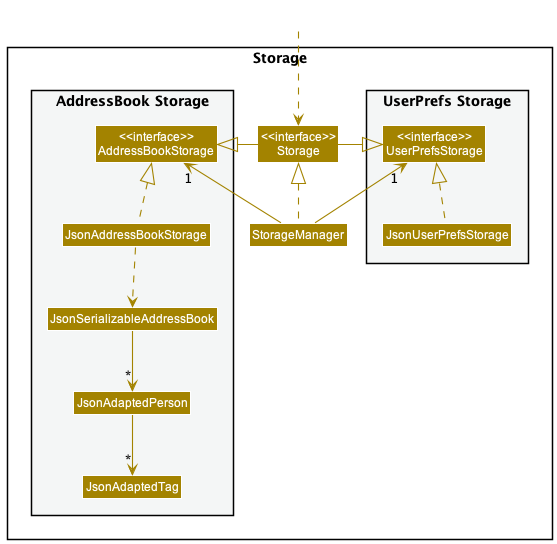
The PlantUML diagram docs/images/StorageClassDiagram.png in nus-cs2103-AY2223S2/tp, before a commit.
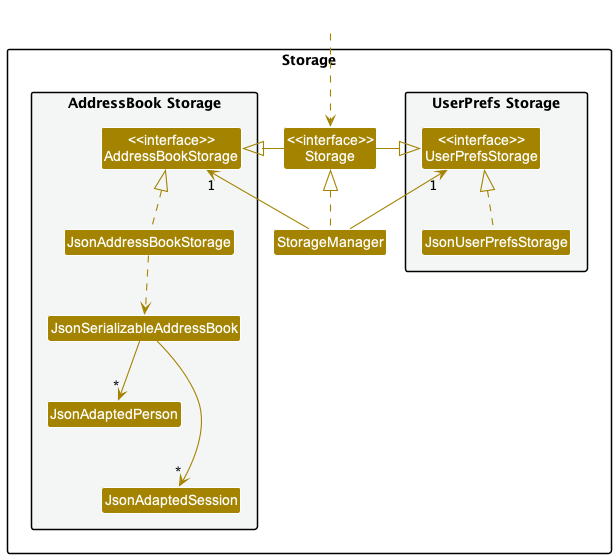
Above is the later version.

What changed in the source:
```diff
@@ -19,7 +19,7 @@
 Class JsonAddressBookStorage
 Class JsonSerializableAddressBook
 Class JsonAdaptedPerson
-Class JsonAdaptedTag
+Class JsonAdaptedSession
 }
 
 }
@@ -38,6 +38,6 @@
 JsonAddressBookStorage .up.|> AddressBookStorage
 JsonAddressBookStorage ..> JsonSerializableAddressBook
 JsonSerializableAddressBook --> "*" JsonAdaptedPerson
-JsonAdaptedPerson --> "*" JsonAdaptedTag
+JsonSerializableAddressBook ---> "*" JsonAdaptedSession
 
 @enduml
```
